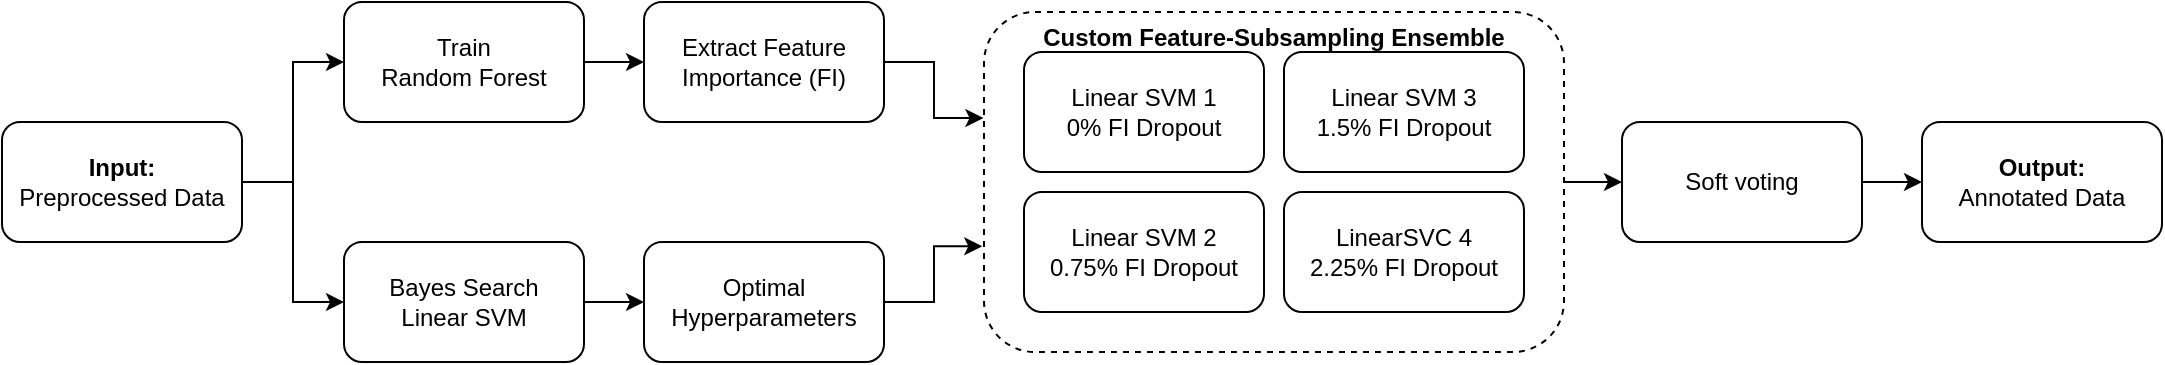
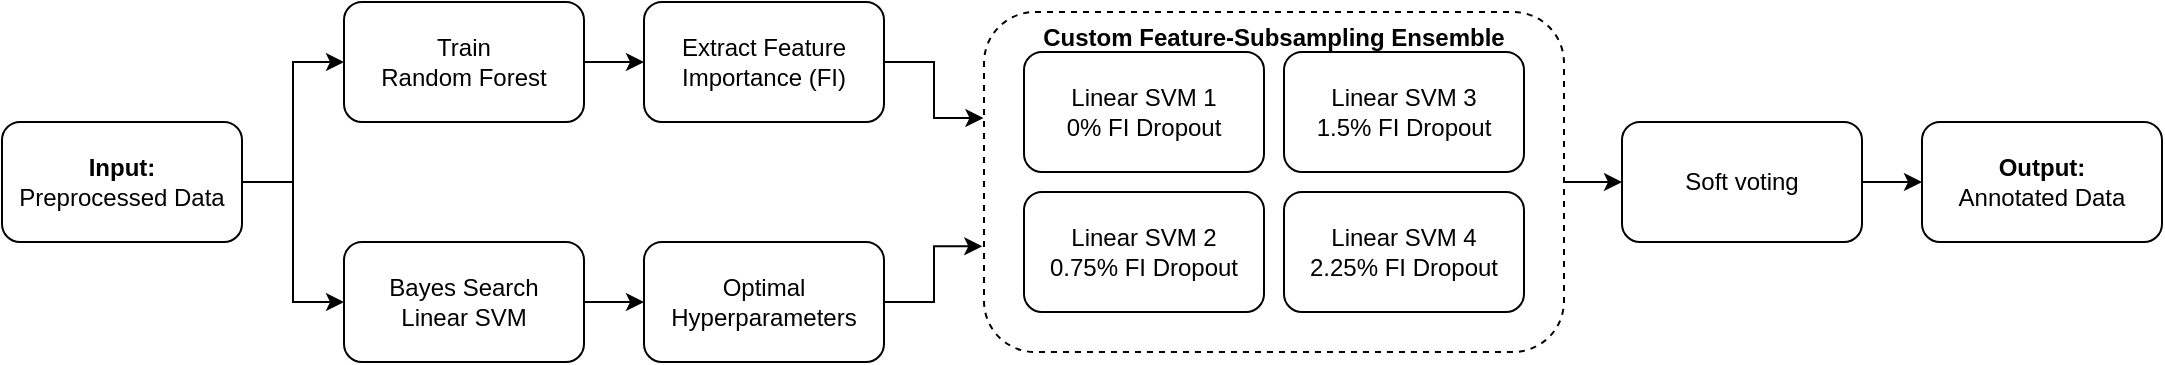
<mxfile host="app.diagrams.net">
  <diagram name="Page-1" id="jVpU6-8C8OuK0QdtK1Tz">
-     <mxGraphModel dx="1297" dy="820" grid="1" gridSize="10" guides="1" tooltips="1" connect="1" arrows="1" fold="1" page="1" pageScale="1" pageWidth="850" pageHeight="1100" math="0" shadow="0">
+     <mxGraphModel dx="1817" dy="820" grid="1" gridSize="10" guides="1" tooltips="1" connect="1" arrows="1" fold="1" page="1" pageScale="1" pageWidth="850" pageHeight="1100" math="0" shadow="0">
      <root>
        <mxCell id="0" />
        <mxCell id="1" parent="0" />
        <mxCell id="SIl58SWhbQEIiGKeLbu9-1" edge="1" parent="1" source="SIl58SWhbQEIiGKeLbu9-3" style="edgeStyle=orthogonalEdgeStyle;rounded=0;orthogonalLoop=1;jettySize=auto;html=1;entryX=0;entryY=0.5;entryDx=0;entryDy=0;" target="SIl58SWhbQEIiGKeLbu9-5">
          <mxGeometry relative="1" as="geometry" />
        </mxCell>
        <mxCell id="SIl58SWhbQEIiGKeLbu9-2" edge="1" parent="1" source="SIl58SWhbQEIiGKeLbu9-3" style="edgeStyle=orthogonalEdgeStyle;rounded=0;orthogonalLoop=1;jettySize=auto;html=1;entryX=0;entryY=0.5;entryDx=0;entryDy=0;" target="SIl58SWhbQEIiGKeLbu9-8">
          <mxGeometry relative="1" as="geometry" />
        </mxCell>
        <mxCell id="SIl58SWhbQEIiGKeLbu9-3" parent="1" style="rounded=1;whiteSpace=wrap;html=1;" value="&lt;div&gt;&lt;b&gt;Input:&lt;/b&gt;&lt;/div&gt;&lt;div&gt;Preprocessed Data&lt;/div&gt;" vertex="1">
          <mxGeometry height="60" width="120" x="50" y="150" as="geometry" />
        </mxCell>
        <mxCell id="SIl58SWhbQEIiGKeLbu9-4" edge="1" parent="1" source="SIl58SWhbQEIiGKeLbu9-5" style="edgeStyle=orthogonalEdgeStyle;rounded=0;orthogonalLoop=1;jettySize=auto;html=1;entryX=0;entryY=0.5;entryDx=0;entryDy=0;" target="SIl58SWhbQEIiGKeLbu9-6">
          <mxGeometry relative="1" as="geometry" />
        </mxCell>
        <mxCell id="SIl58SWhbQEIiGKeLbu9-5" parent="1" style="rounded=1;whiteSpace=wrap;html=1;" value="&lt;div&gt;Train&lt;/div&gt;&lt;div&gt;Random Forest&lt;/div&gt;" vertex="1">
          <mxGeometry height="60" width="120" x="221" y="90" as="geometry" />
        </mxCell>
        <mxCell id="SIl58SWhbQEIiGKeLbu9-6" parent="1" style="rounded=1;whiteSpace=wrap;html=1;" value="&lt;div&gt;Extract Feature Importance (FI)&lt;/div&gt;" vertex="1">
          <mxGeometry height="60" width="120" x="371" y="90" as="geometry" />
        </mxCell>
        <mxCell id="SIl58SWhbQEIiGKeLbu9-7" edge="1" parent="1" source="SIl58SWhbQEIiGKeLbu9-8" style="edgeStyle=orthogonalEdgeStyle;rounded=0;orthogonalLoop=1;jettySize=auto;html=1;entryX=0;entryY=0.5;entryDx=0;entryDy=0;" target="SIl58SWhbQEIiGKeLbu9-9">
          <mxGeometry relative="1" as="geometry" />
        </mxCell>
        <mxCell id="SIl58SWhbQEIiGKeLbu9-8" parent="1" style="rounded=1;whiteSpace=wrap;html=1;" value="&lt;div&gt;Bayes Search&lt;/div&gt;&lt;div&gt;Linear SVM&lt;/div&gt;" vertex="1">
          <mxGeometry height="60" width="120" x="221" y="210" as="geometry" />
        </mxCell>
        <mxCell id="SIl58SWhbQEIiGKeLbu9-9" parent="1" style="rounded=1;whiteSpace=wrap;html=1;" value="&lt;div&gt;Optimal&lt;/div&gt;&lt;div&gt;Hyperparameters&lt;/div&gt;" vertex="1">
          <mxGeometry height="60" width="120" x="371" y="210" as="geometry" />
        </mxCell>
        <mxCell id="SIl58SWhbQEIiGKeLbu9-10" edge="1" parent="1" source="SIl58SWhbQEIiGKeLbu9-6" style="edgeStyle=orthogonalEdgeStyle;rounded=0;orthogonalLoop=1;jettySize=auto;html=1;entryX=-0.001;entryY=0.312;entryDx=0;entryDy=0;entryPerimeter=0;" target="SIl58SWhbQEIiGKeLbu9-15">
          <mxGeometry relative="1" as="geometry">
            <mxPoint x="541" y="120.03999999999996" as="targetPoint" />
          </mxGeometry>
        </mxCell>
        <mxCell id="SIl58SWhbQEIiGKeLbu9-11" edge="1" parent="1" source="SIl58SWhbQEIiGKeLbu9-9" style="edgeStyle=orthogonalEdgeStyle;rounded=0;orthogonalLoop=1;jettySize=auto;html=1;entryX=-0.003;entryY=0.689;entryDx=0;entryDy=0;entryPerimeter=0;" target="SIl58SWhbQEIiGKeLbu9-15">
          <mxGeometry relative="1" as="geometry">
            <mxPoint x="541" y="240" as="targetPoint" />
          </mxGeometry>
        </mxCell>
        <mxCell id="SIl58SWhbQEIiGKeLbu9-12" edge="1" parent="1" source="SIl58SWhbQEIiGKeLbu9-13" style="edgeStyle=orthogonalEdgeStyle;rounded=0;orthogonalLoop=1;jettySize=auto;html=1;" target="SIl58SWhbQEIiGKeLbu9-20">
          <mxGeometry relative="1" as="geometry" />
        </mxCell>
        <mxCell id="SIl58SWhbQEIiGKeLbu9-13" parent="1" style="rounded=1;whiteSpace=wrap;html=1;" value="&lt;div&gt;Soft voting&lt;/div&gt;" vertex="1">
          <mxGeometry height="60" width="120" x="860" y="150" as="geometry" />
        </mxCell>
        <mxCell id="SIl58SWhbQEIiGKeLbu9-14" edge="1" parent="1" source="SIl58SWhbQEIiGKeLbu9-15" style="edgeStyle=orthogonalEdgeStyle;rounded=0;orthogonalLoop=1;jettySize=auto;html=1;entryX=0;entryY=0.5;entryDx=0;entryDy=0;" target="SIl58SWhbQEIiGKeLbu9-13">
          <mxGeometry relative="1" as="geometry" />
        </mxCell>
        <mxCell id="SIl58SWhbQEIiGKeLbu9-15" parent="1" style="rounded=1;whiteSpace=wrap;html=1;dashed=1;" value="&lt;div&gt;&lt;b&gt;Custom Feature-Subsampling Ensemble&lt;/b&gt;&lt;/div&gt;&lt;div&gt;&lt;br&gt;&lt;/div&gt;&lt;div&gt;&lt;br&gt;&lt;/div&gt;&lt;div&gt;&lt;br&gt;&lt;/div&gt;&lt;div&gt;&lt;br&gt;&lt;/div&gt;&lt;div&gt;&lt;br&gt;&lt;/div&gt;&lt;div&gt;&lt;br&gt;&lt;/div&gt;&lt;div&gt;&lt;br&gt;&lt;/div&gt;&lt;div&gt;&lt;br&gt;&lt;/div&gt;&lt;div&gt;&lt;br&gt;&lt;/div&gt;&lt;div&gt;&lt;br&gt;&lt;/div&gt;" vertex="1">
          <mxGeometry height="170" width="290" x="541" y="95" as="geometry" />
        </mxCell>
        <mxCell id="SIl58SWhbQEIiGKeLbu9-16" parent="1" style="rounded=1;whiteSpace=wrap;html=1;" value="&lt;div&gt;Linear SVM 1&lt;/div&gt;&lt;div&gt;0% FI Dropout&lt;/div&gt;" vertex="1">
          <mxGeometry height="60" width="120" x="561" y="115" as="geometry" />
        </mxCell>
        <mxCell id="SIl58SWhbQEIiGKeLbu9-17" parent="1" style="rounded=1;whiteSpace=wrap;html=1;" value="&lt;div&gt;Linear SVM 2&lt;/div&gt;&lt;div&gt;0.75% FI Dropout&lt;/div&gt;" vertex="1">
          <mxGeometry height="60" width="120" x="561" y="185" as="geometry" />
        </mxCell>
        <mxCell id="SIl58SWhbQEIiGKeLbu9-18" parent="1" style="rounded=1;whiteSpace=wrap;html=1;" value="&lt;div&gt;Linear SVM 3&lt;/div&gt;&lt;div&gt;1.5% FI Dropout&lt;/div&gt;" vertex="1">
          <mxGeometry height="60" width="120" x="691" y="115" as="geometry" />
        </mxCell>
-         <mxCell id="SIl58SWhbQEIiGKeLbu9-19" parent="1" style="rounded=1;whiteSpace=wrap;html=1;" value="&lt;div&gt;LinearSVC 4&lt;/div&gt;&lt;div&gt;2.25% FI Dropout&lt;/div&gt;" vertex="1">
+         <mxCell id="SIl58SWhbQEIiGKeLbu9-19" parent="1" style="rounded=1;whiteSpace=wrap;html=1;" value="&lt;div&gt;Linear SVM 4&lt;/div&gt;&lt;div&gt;2.25% FI Dropout&lt;/div&gt;" vertex="1">
          <mxGeometry height="60" width="120" x="691" y="185" as="geometry" />
        </mxCell>
        <mxCell id="SIl58SWhbQEIiGKeLbu9-20" parent="1" style="rounded=1;whiteSpace=wrap;html=1;" value="&lt;div&gt;&lt;b&gt;Output:&lt;/b&gt;&lt;/div&gt;&lt;div&gt;Annotated Data&lt;/div&gt;" vertex="1">
          <mxGeometry height="60" width="120" x="1010" y="150" as="geometry" />
        </mxCell>
      </root>
    </mxGraphModel>
  </diagram>
</mxfile>
